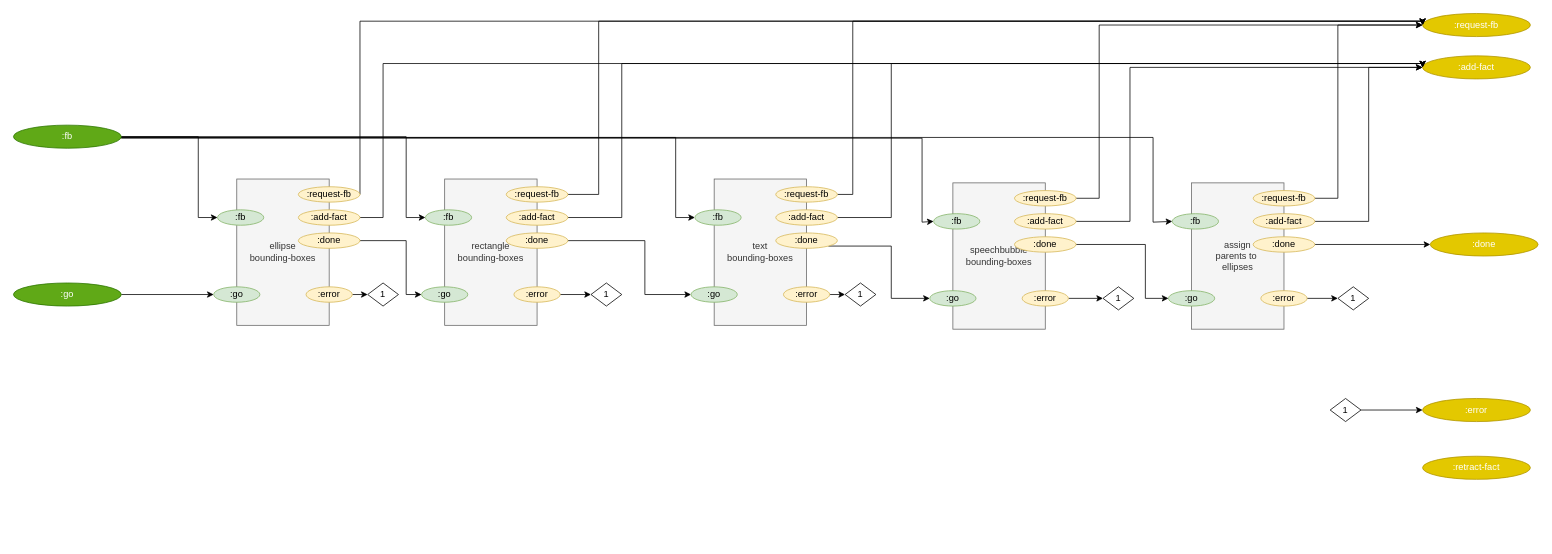
Above: page "Passes" (10 of 10) of svg/cl-compiler/doc/compiler-test-bed.drawio in bmfbp/bmfbp (draw.io), before the change. Source tidied: cells renumbered, new cells numbered last; positions are measured from the earlier drawing's top-left corner, leaving out a move shared by most shapes. Both pictures are drawn from the tidied source at 77%, with x=0, y=0 at pixel (13, 13).
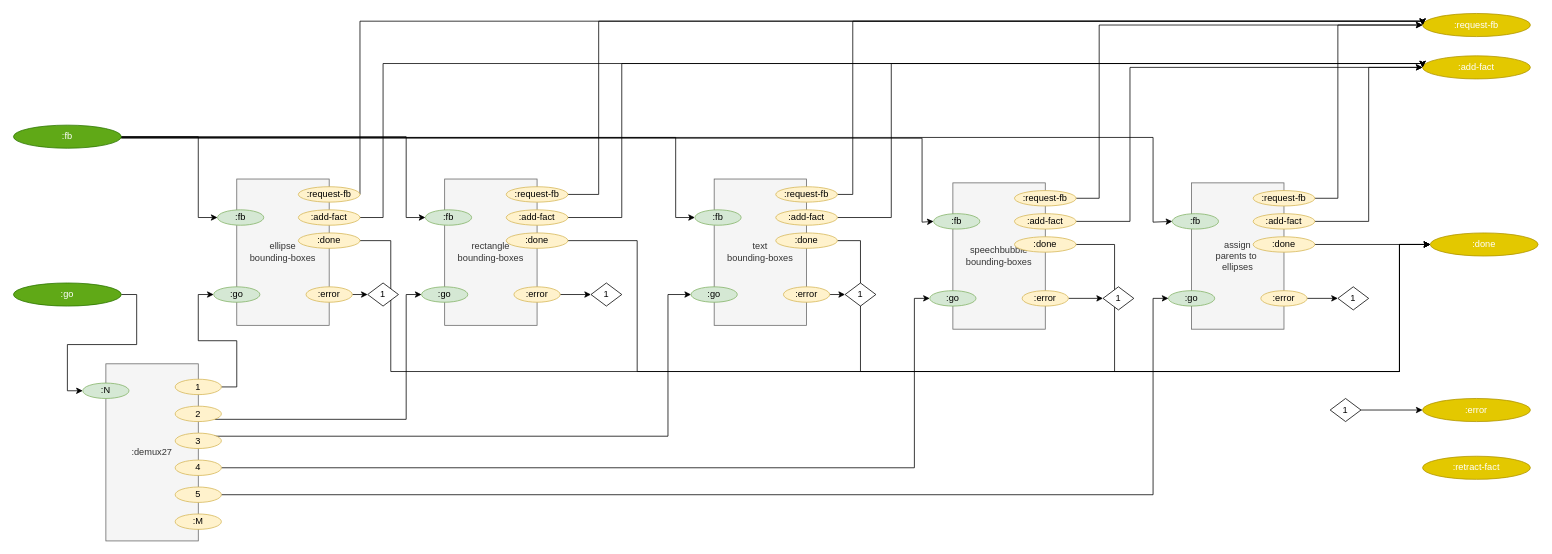
The same diagram, later.

The change refers to these unchanged cells:
```xml
<mxCell id="9" value=":done" style="ellipse;whiteSpace=wrap;html=1;fillColor=#e3c800;strokeColor=#B09500;fontColor=#ffffff;" parent="1" vertex="1">
  <mxGeometry x="1840" y="285" width="140" height="30" as="geometry" />
</mxCell>
<mxCell id="18" value=":go" style="ellipse;whiteSpace=wrap;html=1;fillColor=#d5e8d4;strokeColor=#82b366;" parent="1" vertex="1">
  <mxGeometry x="260" y="355" width="60" height="20" as="geometry" />
</mxCell>
<mxCell id="20" value=":done" style="ellipse;whiteSpace=wrap;html=1;fillColor=#fff2cc;strokeColor=#d6b656;" parent="1" vertex="1">
  <mxGeometry x="370" y="285" width="80" height="20" as="geometry" />
</mxCell>
<mxCell id="22" value=":go" style="ellipse;whiteSpace=wrap;html=1;fillColor=#60a917;strokeColor=#2D7600;fontColor=#ffffff;" parent="1" vertex="1">
  <mxGeometry y="350" width="140" height="30" as="geometry" />
</mxCell>
<mxCell id="34" value=":go" style="ellipse;whiteSpace=wrap;html=1;fillColor=#d5e8d4;strokeColor=#82b366;" parent="1" vertex="1">
  <mxGeometry x="530" y="355" width="60" height="20" as="geometry" />
</mxCell>
<mxCell id="36" value=":done" style="ellipse;whiteSpace=wrap;html=1;fillColor=#fff2cc;strokeColor=#d6b656;" parent="1" vertex="1">
  <mxGeometry x="640" y="285" width="80" height="20" as="geometry" />
</mxCell>
<mxCell id="46" value=":go" style="ellipse;whiteSpace=wrap;html=1;fillColor=#d5e8d4;strokeColor=#82b366;" parent="1" vertex="1">
  <mxGeometry x="880" y="355" width="60" height="20" as="geometry" />
</mxCell>
<mxCell id="48" value=":done" style="ellipse;whiteSpace=wrap;html=1;fillColor=#fff2cc;strokeColor=#d6b656;" parent="1" vertex="1">
  <mxGeometry x="990" y="285" width="80" height="20" as="geometry" />
</mxCell>
<mxCell id="58" value=":go" style="ellipse;whiteSpace=wrap;html=1;fillColor=#d5e8d4;strokeColor=#82b366;" parent="1" vertex="1">
  <mxGeometry x="1500" y="360" width="60" height="20" as="geometry" />
</mxCell>
<mxCell id="70" value=":go" style="ellipse;whiteSpace=wrap;html=1;fillColor=#d5e8d4;strokeColor=#82b366;" parent="1" vertex="1">
  <mxGeometry x="1190" y="360" width="60" height="20" as="geometry" />
</mxCell>
<mxCell id="72" value=":done" style="ellipse;whiteSpace=wrap;html=1;fillColor=#fff2cc;strokeColor=#d6b656;" parent="1" vertex="1">
  <mxGeometry x="1300" y="290" width="80" height="20" as="geometry" />
</mxCell>
```

Diff of the diagram source:
```diff
@@
-    <mxCell id="19" style="edgeStyle=orthogonalEdgeStyle;rounded=0;jettySize=auto;html=1;exitX=1;exitY=0.5;exitDx=0;exitDy=0;entryX=0;entryY=0.5;entryDx=0;entryDy=0;" parent="1" edge="1" source="20" target="34">
-      <mxGeometry relative="1" as="geometry">
-        <Array as="points">
-          <mxPoint x="510" y="295" />
-          <mxPoint x="510" y="365" />
-        </Array>
-      </mxGeometry>
-    </mxCell>
+    <mxCell id="77" style="edgeStyle=orthogonalEdgeStyle;rounded=0;jettySize=auto;html=1;exitX=1;exitY=0.5;exitDx=0;exitDy=0;entryX=0;entryY=0.5;entryDx=0;entryDy=0;" parent="1" edge="1" source="20" target="9">
+      <mxGeometry relative="1" as="geometry">
+        <Array as="points">
+          <mxPoint x="490" y="295" />
+          <mxPoint x="490" y="465" />
+          <mxPoint x="1800" y="465" />
+          <mxPoint x="1800" y="300" />
+        </Array>
+      </mxGeometry>
+    </mxCell>
@@
-    <mxCell id="21" style="edgeStyle=orthogonalEdgeStyle;rounded=0;jettySize=auto;html=1;exitX=1;exitY=0.5;exitDx=0;exitDy=0;entryX=0;entryY=0.5;entryDx=0;entryDy=0;" parent="1" edge="1" source="22" target="18">
-      <mxGeometry relative="1" as="geometry" />
-    </mxCell>
+    <mxCell id="78" style="edgeStyle=orthogonalEdgeStyle;rounded=0;jettySize=auto;html=1;exitX=1;exitY=0.5;exitDx=0;exitDy=0;entryX=0;entryY=0.5;entryDx=0;entryDy=0;" parent="1" edge="1" source="22" target="94">
+      <mxGeometry relative="1" as="geometry" />
+    </mxCell>
@@
-    <mxCell id="35" style="edgeStyle=orthogonalEdgeStyle;rounded=0;jettySize=auto;html=1;exitX=1;exitY=0.5;exitDx=0;exitDy=0;entryX=0;entryY=0.5;entryDx=0;entryDy=0;" parent="1" edge="1" source="36" target="46">
-      <mxGeometry relative="1" as="geometry">
-        <Array as="points">
-          <mxPoint x="820" y="295" />
-          <mxPoint x="820" y="365" />
-        </Array>
-      </mxGeometry>
-    </mxCell>
+    <mxCell id="79" style="edgeStyle=orthogonalEdgeStyle;rounded=0;jettySize=auto;html=1;exitX=1;exitY=0.5;exitDx=0;exitDy=0;entryX=0;entryY=0.5;entryDx=0;entryDy=0;" parent="1" edge="1" source="36" target="9">
+      <mxGeometry relative="1" as="geometry">
+        <Array as="points">
+          <mxPoint x="810" y="295" />
+          <mxPoint x="810" y="465" />
+          <mxPoint x="1800" y="465" />
+          <mxPoint x="1800" y="300" />
+        </Array>
+      </mxGeometry>
+    </mxCell>
@@
-    <mxCell id="47" style="edgeStyle=orthogonalEdgeStyle;rounded=0;jettySize=auto;html=1;exitX=1;exitY=1;exitDx=0;exitDy=0;entryX=0;entryY=0.5;entryDx=0;entryDy=0;" parent="1" edge="1" source="48" target="70">
-      <mxGeometry relative="1" as="geometry">
-        <Array as="points">
-          <mxPoint x="1140" y="302" />
-          <mxPoint x="1140" y="370" />
-        </Array>
-      </mxGeometry>
-    </mxCell>
+    <mxCell id="80" style="edgeStyle=orthogonalEdgeStyle;rounded=0;jettySize=auto;html=1;exitX=1;exitY=0.5;exitDx=0;exitDy=0;entryX=0;entryY=0.5;entryDx=0;entryDy=0;" parent="1" edge="1" source="48" target="9">
+      <mxGeometry relative="1" as="geometry">
+        <Array as="points">
+          <mxPoint x="1100" y="295" />
+          <mxPoint x="1100" y="465" />
+          <mxPoint x="1800" y="465" />
+          <mxPoint x="1800" y="300" />
+        </Array>
+      </mxGeometry>
+    </mxCell>
@@
-    <mxCell id="71" style="edgeStyle=orthogonalEdgeStyle;rounded=0;jettySize=auto;html=1;exitX=1;exitY=0.5;exitDx=0;exitDy=0;entryX=0;entryY=0.5;entryDx=0;entryDy=0;" parent="1" edge="1" source="72" target="58">
-      <mxGeometry relative="1" as="geometry">
-        <Array as="points">
-          <mxPoint x="1470" y="300" />
-          <mxPoint x="1470" y="370" />
-        </Array>
-      </mxGeometry>
-    </mxCell>
+    <mxCell id="81" style="edgeStyle=orthogonalEdgeStyle;rounded=0;jettySize=auto;html=1;exitX=1;exitY=0.5;exitDx=0;exitDy=0;entryX=0;entryY=0.5;entryDx=0;entryDy=0;" parent="1" edge="1" source="72" target="9">
+      <mxGeometry relative="1" as="geometry">
+        <Array as="points">
+          <mxPoint x="1430" y="300" />
+          <mxPoint x="1430" y="465" />
+          <mxPoint x="1800" y="465" />
+          <mxPoint x="1800" y="300" />
+        </Array>
+      </mxGeometry>
+    </mxCell>
@@
+    <mxCell id="82" value=":demux27" style="rounded=0;whiteSpace=wrap;html=1;fillColor=#f5f5f5;strokeColor=#666666;fontColor=#333333;" parent="1" vertex="1">
+      <mxGeometry x="120" y="455" width="120" height="230" as="geometry" />
+    </mxCell>
+    <mxCell id="83" style="edgeStyle=orthogonalEdgeStyle;rounded=0;jettySize=auto;html=1;exitX=1;exitY=0.5;exitDx=0;exitDy=0;entryX=0;entryY=0.5;entryDx=0;entryDy=0;" parent="1" edge="1" source="84" target="18">
+      <mxGeometry relative="1" as="geometry" />
+    </mxCell>
+    <mxCell id="84" value="1" style="ellipse;whiteSpace=wrap;html=1;fillColor=#fff2cc;strokeColor=#d6b656;" parent="1" vertex="1">
+      <mxGeometry x="210" y="475" width="60" height="20" as="geometry" />
+    </mxCell>
+    <mxCell id="85" style="edgeStyle=orthogonalEdgeStyle;rounded=0;jettySize=auto;html=1;exitX=1;exitY=1;exitDx=0;exitDy=0;entryX=0;entryY=0.5;entryDx=0;entryDy=0;" parent="1" edge="1" source="86" target="34">
+      <mxGeometry relative="1" as="geometry">
+        <Array as="points">
+          <mxPoint x="510" y="527" />
+          <mxPoint x="510" y="365" />
+        </Array>
+      </mxGeometry>
+    </mxCell>
+    <mxCell id="86" value="2" style="ellipse;whiteSpace=wrap;html=1;fillColor=#fff2cc;strokeColor=#d6b656;" parent="1" vertex="1">
+      <mxGeometry x="210" y="510" width="60" height="20" as="geometry" />
+    </mxCell>
+    <mxCell id="87" style="edgeStyle=orthogonalEdgeStyle;rounded=0;jettySize=auto;html=1;exitX=1;exitY=0;exitDx=0;exitDy=0;entryX=0;entryY=0.5;entryDx=0;entryDy=0;" parent="1" edge="1" source="88" target="46">
+      <mxGeometry relative="1" as="geometry">
+        <Array as="points">
+          <mxPoint x="850" y="549" />
+          <mxPoint x="850" y="365" />
+        </Array>
+      </mxGeometry>
+    </mxCell>
+    <mxCell id="88" value="3" style="ellipse;whiteSpace=wrap;html=1;fillColor=#fff2cc;strokeColor=#d6b656;" parent="1" vertex="1">
+      <mxGeometry x="210" y="545" width="60" height="20" as="geometry" />
+    </mxCell>
+    <mxCell id="89" style="edgeStyle=orthogonalEdgeStyle;rounded=0;jettySize=auto;html=1;exitX=1;exitY=0.5;exitDx=0;exitDy=0;entryX=0;entryY=0.5;entryDx=0;entryDy=0;" parent="1" edge="1" source="90" target="70">
+      <mxGeometry relative="1" as="geometry">
+        <Array as="points">
+          <mxPoint x="1170" y="590" />
+          <mxPoint x="1170" y="370" />
+        </Array>
+      </mxGeometry>
+    </mxCell>
+    <mxCell id="90" value="4" style="ellipse;whiteSpace=wrap;html=1;fillColor=#fff2cc;strokeColor=#d6b656;" parent="1" vertex="1">
+      <mxGeometry x="210" y="580" width="60" height="20" as="geometry" />
+    </mxCell>
+    <mxCell id="91" style="edgeStyle=orthogonalEdgeStyle;rounded=0;jettySize=auto;html=1;exitX=1;exitY=0.5;exitDx=0;exitDy=0;entryX=0;entryY=0.5;entryDx=0;entryDy=0;" parent="1" edge="1" source="92" target="58">
+      <mxGeometry relative="1" as="geometry">
+        <Array as="points">
+          <mxPoint x="1480" y="625" />
+          <mxPoint x="1480" y="370" />
+        </Array>
+      </mxGeometry>
+    </mxCell>
+    <mxCell id="92" value="5" style="ellipse;whiteSpace=wrap;html=1;fillColor=#fff2cc;strokeColor=#d6b656;" parent="1" vertex="1">
+      <mxGeometry x="210" y="615" width="60" height="20" as="geometry" />
+    </mxCell>
+    <mxCell id="93" value=":M" style="ellipse;whiteSpace=wrap;html=1;fillColor=#fff2cc;strokeColor=#d6b656;" parent="1" vertex="1">
+      <mxGeometry x="210" y="650" width="60" height="20" as="geometry" />
+    </mxCell>
+    <mxCell id="94" value=":N" style="ellipse;whiteSpace=wrap;html=1;fillColor=#d5e8d4;strokeColor=#82b366;" parent="1" vertex="1">
+      <mxGeometry x="90" y="480" width="60" height="20" as="geometry" />
+    </mxCell>
```
